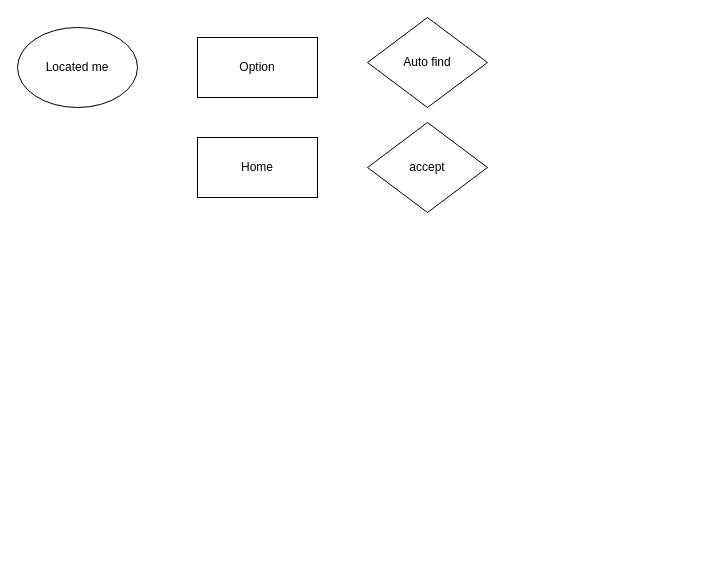
Above: Untitled Diagram.drawio in boyonebi/boyonebi.github.io (draw.io), before the change. Source tidied: cells renumbered, new cells numbered last; positions are measured from the earlier drawing's top-left corner, leaving out a move shared by most shapes. Both pictures are drawn from the tidied source at 100%, with x=0, y=0 at pixel (17, 17).
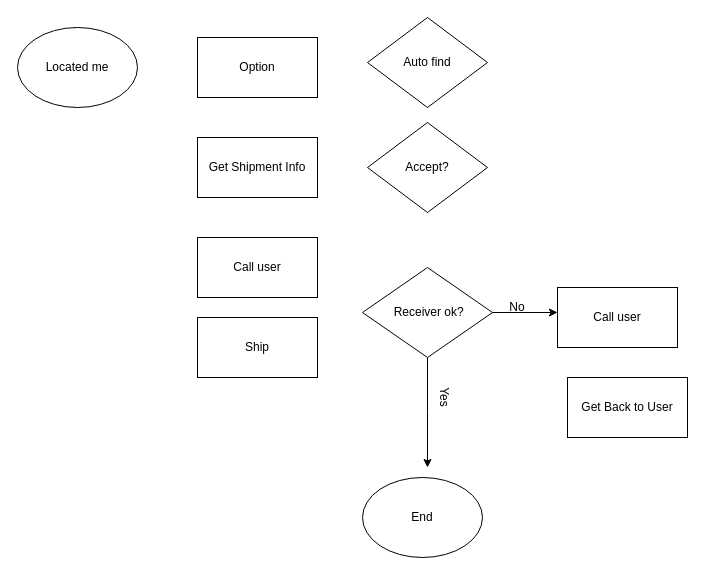
After the change.

Commit message:
Driver Flow Aha

Diff of the diagram source:
```diff
@@
 <mxGraphModel>
   <root>
     <mxCell id="0" />
     <mxCell id="1" parent="0" />
     <mxCell id="2" value="Located me" style="ellipse;whiteSpace=wrap;html=1;" parent="1" vertex="1">
       <mxGeometry y="10" width="120" height="80" as="geometry" />
     </mxCell>
-    <mxCell id="3" value="Home" style="rounded=0;whiteSpace=wrap;html=1;" parent="1" vertex="1">
+    <mxCell id="3" value="Get Shipment Info" style="rounded=0;whiteSpace=wrap;html=1;" parent="1" vertex="1">
       <mxGeometry x="180" y="120" width="120" height="60" as="geometry" />
     </mxCell>
     <mxCell id="4" value="Option" style="rounded=0;whiteSpace=wrap;html=1;" parent="1" vertex="1">
       <mxGeometry x="180" y="20" width="120" height="60" as="geometry" />
     </mxCell>
     <mxCell id="5" value="Auto find" style="rhombus;whiteSpace=wrap;html=1;" parent="1" vertex="1">
       <mxGeometry x="350" width="120" height="90" as="geometry" />
     </mxCell>
-    <mxCell id="6" value="accept" style="rhombus;whiteSpace=wrap;html=1;" parent="1" vertex="1">
+    <mxCell id="6" value="Accept?" style="rhombus;whiteSpace=wrap;html=1;" parent="1" vertex="1">
       <mxGeometry x="350" y="105" width="120" height="90" as="geometry" />
     </mxCell>
+    <mxCell id="7" value="End" style="ellipse;whiteSpace=wrap;html=1;" parent="1" vertex="1">
+      <mxGeometry x="345" y="460" width="120" height="80" as="geometry" />
+    </mxCell>
+    <mxCell id="8" value="Ship" style="rounded=0;whiteSpace=wrap;html=1;" parent="1" vertex="1">
+      <mxGeometry x="180" y="300" width="120" height="60" as="geometry" />
+    </mxCell>
+    <mxCell id="9" value="Call user" style="rounded=0;whiteSpace=wrap;html=1;" parent="1" vertex="1">
+      <mxGeometry x="180" y="220" width="120" height="60" as="geometry" />
+    </mxCell>
+    <mxCell id="10" style="edgeStyle=orthogonalEdgeStyle;rounded=0;jettySize=auto;html=1;exitX=0.5;exitY=1;exitDx=0;exitDy=0;" parent="1" edge="1" source="11">
+      <mxGeometry relative="1" as="geometry">
+        <mxPoint x="410" y="450" as="targetPoint" />
+      </mxGeometry>
+    </mxCell>
+    <mxCell id="11" value="&amp;nbsp;Receiver ok?" style="rhombus;whiteSpace=wrap;html=1;" parent="1" vertex="1">
+      <mxGeometry x="345" y="250" width="130" height="90" as="geometry" />
+    </mxCell>
+    <mxCell id="12" style="endArrow=classic;html=1;exitX=1;exitY=0.5;exitDx=0;exitDy=0;" parent="1" edge="1" source="11">
+      <mxGeometry relative="1" as="geometry">
+        <mxPoint x="540" y="295" as="targetPoint" />
+      </mxGeometry>
+    </mxCell>
+    <mxCell id="13" value="No" style="text;html=1;strokeColor=none;fillColor=none;align=center;verticalAlign=middle;whiteSpace=wrap;rounded=0;" parent="1" vertex="1">
+      <mxGeometry x="480" y="280" width="40" height="20" as="geometry" />
+    </mxCell>
+    <mxCell id="14" value="Call user" style="rounded=0;whiteSpace=wrap;html=1;" parent="1" vertex="1">
+      <mxGeometry x="540" y="270" width="120" height="60" as="geometry" />
+    </mxCell>
+    <mxCell id="15" value="Get Back to User" style="rounded=0;whiteSpace=wrap;html=1;" parent="1" vertex="1">
+      <mxGeometry x="550" y="360" width="120" height="60" as="geometry" />
+    </mxCell>
+    <mxCell id="16" value="Yes&lt;br&gt;&#10;" style="text;html=1;strokeColor=none;fillColor=none;align=center;verticalAlign=middle;whiteSpace=wrap;rounded=0;rotation=90;" parent="1" vertex="1">
+      <mxGeometry x="400" y="370" width="40" height="20" as="geometry" />
+    </mxCell>
   </root>
 </mxGraphModel>
```
